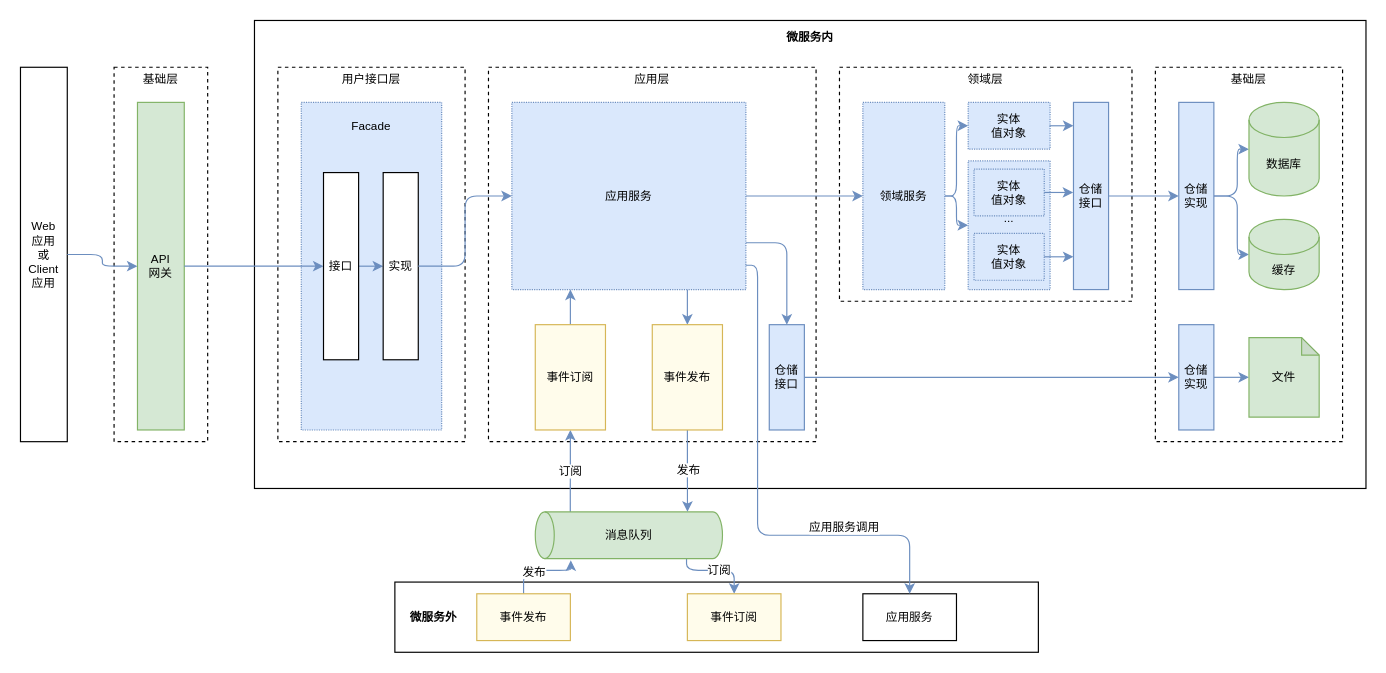
Before: leyan/policy/Policy系统分层设计图2.drawio in GeekKwok/UML, a draw.io diagram. Source tidied: cells renumbered, new cells numbered last; positions are measured from the earlier drawing's top-left corner, leaving out a move shared by most shapes. Both pictures are drawn from the tidied source at 117%, with x=0, y=0 at pixel (20, 20).
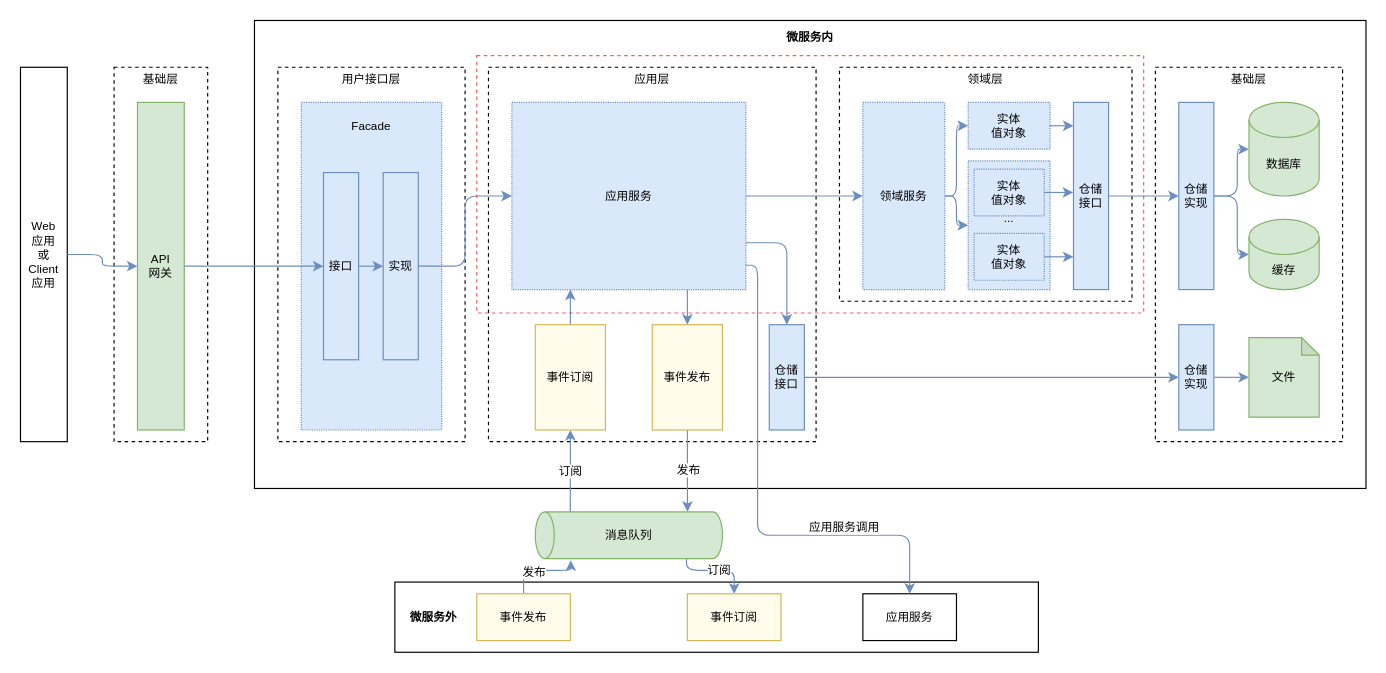
After the change.

Commit message:
Update Policy系统分层设计图2.drawio

Change to the diagram source:
```diff
@@
-    <mxCell id="50" value="接口" style="rounded=0;whiteSpace=wrap;html=1;fontSize=10;" parent="1" vertex="1">
+    <mxCell id="50" value="接口" style="rounded=0;whiteSpace=wrap;html=1;fontSize=10;fillColor=#dae8fc;strokeColor=#6c8ebf;" parent="1" vertex="1">
       <mxGeometry x="259" y="130" width="30" height="160" as="geometry" />
     </mxCell>
-    <mxCell id="51" value="实现" style="rounded=0;whiteSpace=wrap;html=1;fontSize=10;" parent="1" vertex="1">
+    <mxCell id="51" value="实现" style="rounded=0;whiteSpace=wrap;html=1;fontSize=10;fillColor=#dae8fc;strokeColor=#6c8ebf;" parent="1" vertex="1">
       <mxGeometry x="310" y="130" width="30" height="160" as="geometry" />
     </mxCell>
@@
+    <mxCell id="62" style="rounded=0;whiteSpace=wrap;html=1;fontSize=10;fillColor=none;dashed=1;strokeColor=#FF0000;shadow=0;opacity=65;" parent="1" vertex="1">
+      <mxGeometry x="390" y="30" width="570" height="220" as="geometry" />
+    </mxCell>
```
